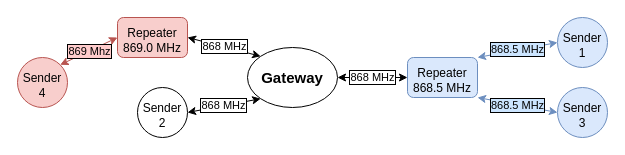
The draw.io diagram uml/repeaters_subnet.drawio in giulpig/tesi, before the edit. Source tidied: cells renumbered, new cells numbered last; positions are measured from the earlier drawing's top-left corner, leaving out a move shared by most shapes. Both pictures are drawn from the tidied source at 100%, with x=0, y=0 at pixel (17, 17).
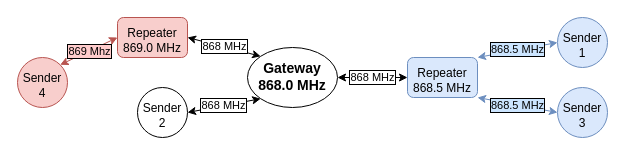
After the change.

The edit, as a diff of the source:
```diff
@@
 <mxGraphModel>
   <root>
     <mxCell id="0" />
     <mxCell id="1" parent="0" />
     <mxCell id="2" value="868 MHz" style="rounded=0;jettySize=auto;html=1;exitX=1;exitY=0.5;exitDx=0;exitDy=0;entryX=0;entryY=0.5;entryDx=0;entryDy=0;startArrow=classic;startFill=1;labelBorderColor=default;" parent="1" edge="1" source="3" target="8">
       <mxGeometry relative="1" as="geometry" />
     </mxCell>
-    <mxCell id="3" value="Gateway" style="ellipse;whiteSpace=wrap;html=1;fontStyle=1;fontSize=15;" parent="1" vertex="1">
+    <mxCell id="3" value="&lt;div style=&quot;font-size: 14px;&quot;&gt;&lt;br style=&quot;font-size: 14px;&quot;&gt;&lt;/div&gt;&lt;div style=&quot;font-size: 14px;&quot;&gt;Gateway&lt;/div&gt;&lt;div style=&quot;font-size: 14px;&quot;&gt;868.0 MHz&lt;br style=&quot;font-size: 14px;&quot;&gt;&lt;/div&gt;" style="ellipse;whiteSpace=wrap;html=1;fontStyle=1;fontSize=14;spacingTop=-18;" parent="1" vertex="1">
       <mxGeometry x="230" y="30" width="90" height="60" as="geometry" />
     </mxCell>
     <mxCell id="4" value="&lt;div&gt;868 MHz&lt;/div&gt;" style="rounded=0;jettySize=auto;html=1;exitX=1;exitY=0.5;exitDx=0;exitDy=0;entryX=0;entryY=0;entryDx=0;entryDy=0;startArrow=classic;startFill=1;labelBorderColor=default;" parent="1" edge="1" source="5" target="3">
       <mxGeometry relative="1" as="geometry" />
     </mxCell>
     <mxCell id="5" value="&lt;div&gt;Repeater&lt;/div&gt;&lt;div&gt;869.0 MHz&lt;/div&gt;" style="rounded=1;whiteSpace=wrap;html=1;spacingTop=5;fillColor=#f8cecc;strokeColor=#b85450;" parent="1" vertex="1">
       <mxGeometry x="100" width="70" height="40" as="geometry" />
     </mxCell>
     <mxCell id="6" value="&lt;div&gt;868.5 MHz&lt;/div&gt;" style="rounded=0;jettySize=auto;html=1;exitX=1;exitY=0;exitDx=0;exitDy=0;entryX=0;entryY=0.5;entryDx=0;entryDy=0;endArrow=classic;endFill=1;startArrow=classic;startFill=1;labelBorderColor=default;fillColor=#dae8fc;strokeColor=#6c8ebf;fontColor=#000000;spacingTop=0;labelBackgroundColor=#CCE5FF;" parent="1" edge="1" source="8" target="9">
       <mxGeometry relative="1" as="geometry" />
     </mxCell>
     <mxCell id="7" value="868.5 MHz" style="rounded=0;jettySize=auto;html=1;exitX=1;exitY=1;exitDx=0;exitDy=0;entryX=0;entryY=0.5;entryDx=0;entryDy=0;startArrow=classic;startFill=1;labelBorderColor=default;fillColor=#dae8fc;strokeColor=#6c8ebf;fontColor=#000000;labelBackgroundColor=#CCE5FF;" parent="1" edge="1" source="8" target="10">
       <mxGeometry relative="1" as="geometry" />
     </mxCell>
     <mxCell id="8" value="&lt;div&gt;Repeater&lt;/div&gt;&lt;div&gt;868.5 MHz&lt;/div&gt;" style="rounded=1;whiteSpace=wrap;html=1;spacingTop=5;fillColor=#dae8fc;strokeColor=#6c8ebf;" parent="1" vertex="1">
       <mxGeometry x="390" y="40" width="70" height="40" as="geometry" />
     </mxCell>
     <mxCell id="9" value="&lt;div&gt;Sender&lt;/div&gt;&lt;div&gt;1&lt;/div&gt;" style="ellipse;whiteSpace=wrap;html=1;spacingTop=5;fillColor=#dae8fc;strokeColor=#6c8ebf;" parent="1" vertex="1">
       <mxGeometry x="540" width="50" height="50" as="geometry" />
     </mxCell>
     <mxCell id="10" value="&lt;div&gt;Sender&lt;/div&gt;&lt;div&gt;3&lt;/div&gt;" style="ellipse;whiteSpace=wrap;html=1;spacingTop=5;fillColor=#dae8fc;strokeColor=#6c8ebf;" parent="1" vertex="1">
       <mxGeometry x="540" y="70" width="50" height="50" as="geometry" />
     </mxCell>
     <mxCell id="11" value="&lt;div&gt;868 MHz&lt;/div&gt;" style="rounded=0;jettySize=auto;html=1;exitX=1;exitY=0.5;exitDx=0;exitDy=0;entryX=0;entryY=1;entryDx=0;entryDy=0;startArrow=classic;startFill=1;labelBackgroundColor=default;labelBorderColor=default;" parent="1" edge="1" source="12" target="3">
       <mxGeometry relative="1" as="geometry" />
     </mxCell>
     <mxCell id="12" value="&lt;div&gt;Sender&lt;/div&gt;&lt;div&gt;2&lt;br&gt;&lt;/div&gt;" style="ellipse;whiteSpace=wrap;html=1;spacingTop=5;" parent="1" vertex="1">
       <mxGeometry x="120" y="70" width="50" height="50" as="geometry" />
     </mxCell>
     <mxCell id="13" value="&lt;div&gt;869 Mhz&lt;/div&gt;" style="rounded=0;jettySize=auto;html=1;exitX=1;exitY=0;exitDx=0;exitDy=0;entryX=0;entryY=0.5;entryDx=0;entryDy=0;startArrow=classic;startFill=1;labelBorderColor=default;fillColor=#f8cecc;strokeColor=#b85450;fontColor=#000000;labelBackgroundColor=#FFCCCC;" parent="1" edge="1" source="14" target="5">
       <mxGeometry relative="1" as="geometry" />
     </mxCell>
     <mxCell id="14" value="&lt;div&gt;Sender&lt;/div&gt;&lt;div&gt;4&lt;/div&gt;" style="ellipse;whiteSpace=wrap;html=1;spacingTop=5;fillColor=#f8cecc;strokeColor=#b85450;" parent="1" vertex="1">
       <mxGeometry y="40" width="50" height="50" as="geometry" />
     </mxCell>
   </root>
 </mxGraphModel>
```
